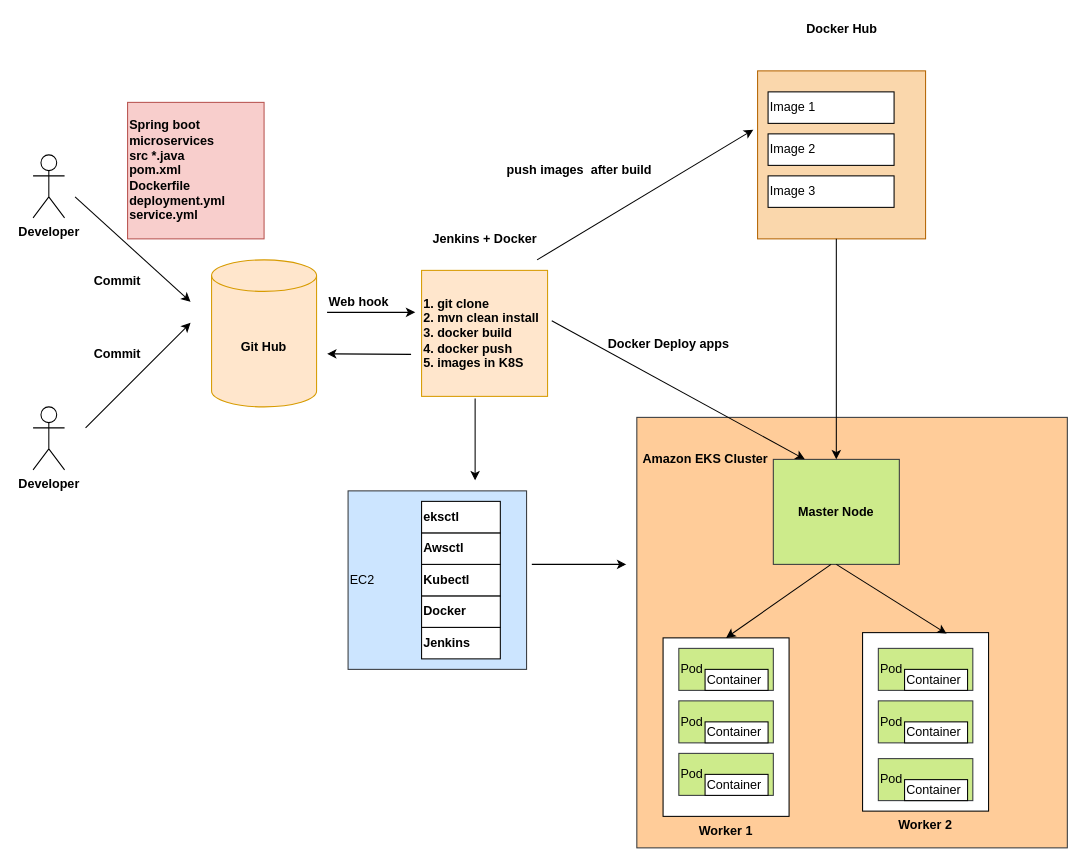
Before: Untitled Diagram.drawio in Shwetalishine/break-online-booking-system, a draw.io diagram. Source tidied: cells renumbered, new cells numbered last; positions are measured from the earlier drawing's top-left corner, leaving out a move shared by most shapes. Both pictures are drawn from the tidied source at 105%, with x=0, y=0 at pixel (33, 18).
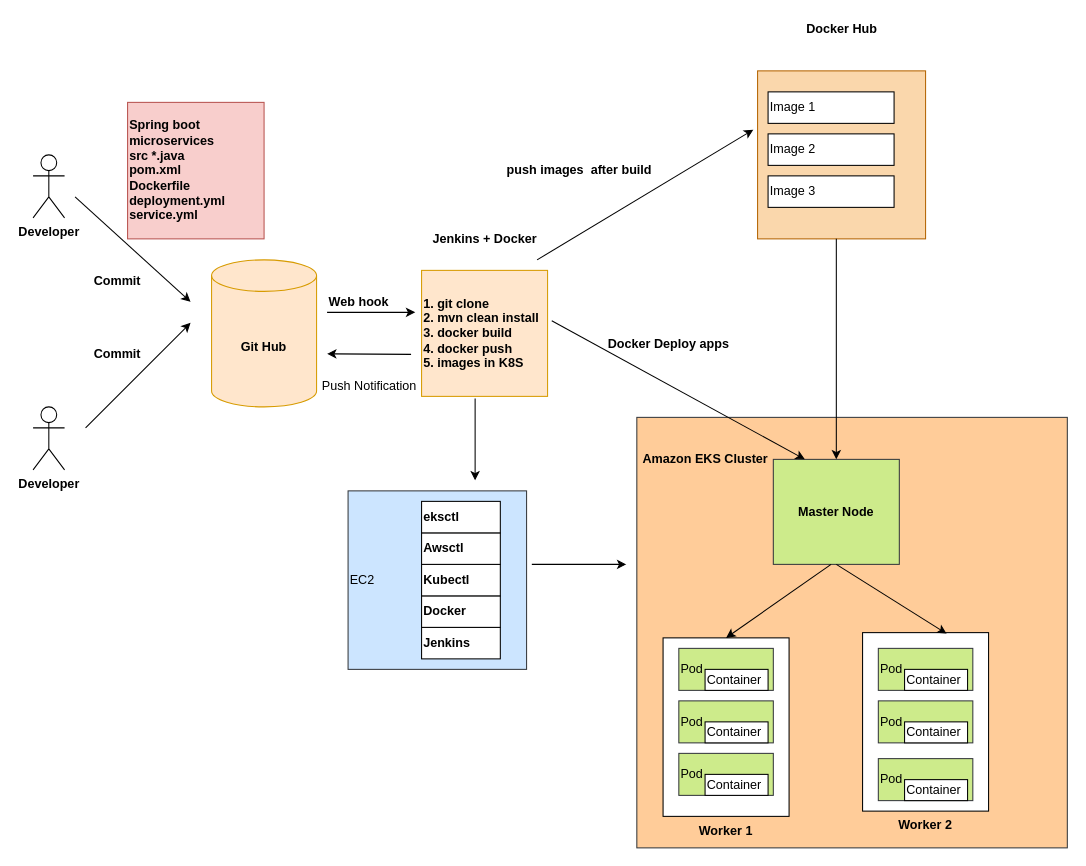
After the change.

Diff of the diagram source:
```diff
@@
+    <mxCell id="53" value="Push Notification&lt;br&gt;" style="text;html=1;align=center;verticalAlign=middle;strokeColor=none;fillColor=none;" parent="1" vertex="1">
+      <mxGeometry x="265" y="340" width="110" height="20" as="geometry" />
+    </mxCell>
```
